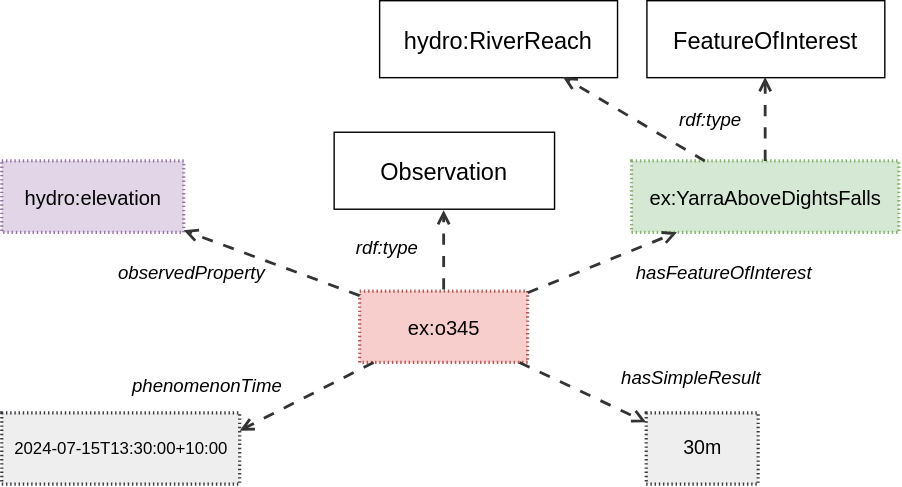
Above: ssn/images/domain-feature-observed.svg in w3c/sdw-sosa-ssn (draw.io), before the change. Source tidied: cells renumbered, new cells last; positions are measured from the earlier drawing's top-left corner, leaving out a move shared by most shapes.
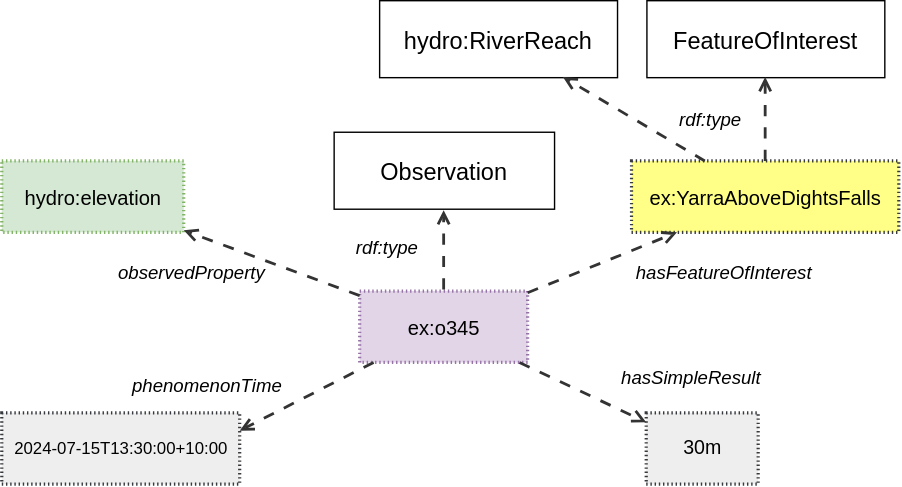
After the commit.

Change to the diagram source:
```diff
@@ -2,7 +2,7 @@
   <root>
     <mxCell id="0" />
     <mxCell id="1" parent="0" />
-    <mxCell id="2" value="ex:o345" style="html=1;overflow=block;blockSpacing=1;whiteSpace=wrap;fontSize=14.4;fontFamily=Helvetica;align=center;spacing=0;strokeOpacity=100;fillOpacity=100;fillColor=#f8cecc;dashed=1;fixDash=1;dashPattern=1 2;strokeWidth=2.3;strokeColor=#b85450;convertToSvg=1;" parent="1" vertex="1">
+    <mxCell id="2" value="ex:o345" style="html=1;overflow=block;blockSpacing=1;whiteSpace=wrap;fontSize=14.4;fontFamily=Helvetica;align=center;spacing=0;strokeOpacity=100;fillOpacity=100;fillColor=#e1d5e7;dashed=1;fixDash=1;dashPattern=1 2;strokeWidth=2.3;strokeColor=#9673a6;convertToSvg=1;" parent="1" vertex="1">
       <mxGeometry x="255.8" y="208" width="120" height="51" as="geometry" />
     </mxCell>
     <mxCell id="3" value="Observation" style="html=1;overflow=block;blockSpacing=1;whiteSpace=wrap;fontSize=16.8;fontColor=default;fontStyle=0;align=center;spacing=0;strokeOpacity=100;fillOpacity=0;fillColor=#000000;strokeWidth=1;convertToSvg=1;" parent="1" vertex="1">
@@ -14,10 +14,10 @@
     <mxCell id="5" style="html=1;jettySize=18;whiteSpace=wrap;fontSize=13;strokeColor=#333333;strokeOpacity=100;dashed=1;fixDash=1;dashPattern=8 8;strokeWidth=2;rounded=0;startArrow=none;endArrow=open;exitX=0.5;exitY=-0.022;exitPerimeter=0;entryX=0.5;entryY=1.021;entryPerimeter=0;lucidId=0ZtLjH5MFli1;fontColor=default;convertToSvg=1;" parent="1" edge="1" source="2" target="3">
       <mxGeometry relative="1" as="geometry" />
     </mxCell>
-    <mxCell id="6" value="ex:YarraAboveDightsFalls" style="html=1;overflow=block;blockSpacing=1;whiteSpace=wrap;fontSize=14.4;fontFamily=Helvetica;align=center;spacing=0;strokeOpacity=100;fillOpacity=100;fillColor=#d5e8d4;dashed=1;fixDash=1;dashPattern=1 2;strokeWidth=2.3;convertToSvg=1;strokeColor=#82b366;" parent="1" vertex="1">
+    <mxCell id="6" value="ex:YarraAboveDightsFalls" style="html=1;overflow=block;blockSpacing=1;whiteSpace=wrap;fontSize=14.4;fontFamily=Helvetica;align=center;spacing=0;strokeOpacity=100;fillOpacity=100;fillColor=#ffff88;dashed=1;fixDash=1;dashPattern=1 2;strokeWidth=2.3;convertToSvg=1;strokeColor=#36393d;" parent="1" vertex="1">
       <mxGeometry x="450" y="115" width="191" height="51" as="geometry" />
     </mxCell>
-    <mxCell id="7" value="hydro:elevation" style="html=1;overflow=block;blockSpacing=1;whiteSpace=wrap;fontSize=14.4;fontFamily=Helvetica;align=center;spacing=0;strokeOpacity=100;fillOpacity=100;fillColor=#e1d5e7;dashed=1;fixDash=1;dashPattern=1 2;strokeWidth=2.3;strokeColor=#9673a6;fontColor=default;convertToSvg=1;" parent="1" vertex="1">
+    <mxCell id="7" value="hydro:elevation" style="html=1;overflow=block;blockSpacing=1;whiteSpace=wrap;fontSize=14.4;fontFamily=Helvetica;align=center;spacing=0;strokeOpacity=100;fillOpacity=100;fillColor=#d5e8d4;dashed=1;fixDash=1;dashPattern=1 2;strokeWidth=2.3;strokeColor=#82b366;convertToSvg=1;" parent="1" vertex="1">
       <mxGeometry y="115" width="130" height="51" as="geometry" />
     </mxCell>
     <mxCell id="8" value="&lt;font style=&quot;font-size: 12px;&quot;&gt;2024-07-15T13:30:00+10:00&lt;/font&gt;" style="html=1;overflow=block;blockSpacing=1;whiteSpace=wrap;fontSize=10;fontFamily=Helvetica;align=center;spacing=0;strokeOpacity=100;fillOpacity=100;fillColor=#eeeeee;dashed=1;fixDash=1;dashPattern=1 2;strokeWidth=2.3;strokeColor=#36393d;convertToSvg=1;" parent="1" vertex="1">
```
